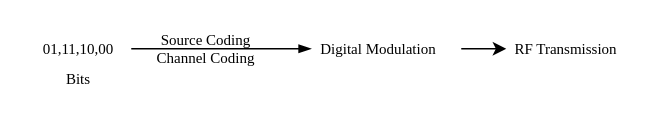
1434470591/wubotao.github.io keeps this draw.io diagram as ICASSP27/未命名绘图.drawio. Above is the earlier version. Source tidied: cells renumbered, new cells numbered last; positions are measured from the earlier drawing's top-left corner, leaving out a move shared by most shapes. Both pictures are drawn from the tidied source at 150%, with x=0, y=0 at pixel (26, 26).
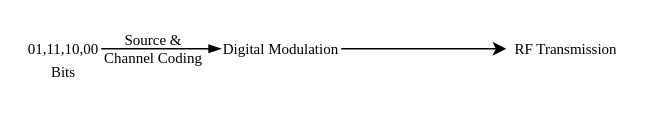
After the change.

Commit message:
更新未命名绘图.drawio

The edit, as a diff of the source:
```diff
@@
 <mxGraphModel>
   <root>
     <mxCell id="0" />
     <mxCell id="1" parent="0" />
     <mxCell id="2" value="Bits" style="text;html=1;whiteSpace=wrap;strokeColor=none;fillColor=none;align=center;verticalAlign=middle;rounded=0;fontFamily=Times New Roman;fontSize=10;" parent="1" vertex="1">
-      <mxGeometry x="5" y="20" width="60" height="30" as="geometry" />
+      <mxGeometry y="20" width="50" height="20" as="geometry" />
     </mxCell>
     <mxCell id="3" value="01,11,10,00" style="text;html=1;whiteSpace=wrap;strokeColor=none;fillColor=none;align=center;verticalAlign=middle;rounded=0;fontFamily=Times New Roman;fontSize=10;" parent="1" vertex="1">
-      <mxGeometry width="70" height="30" as="geometry" />
+      <mxGeometry width="50" height="30" as="geometry" />
     </mxCell>
     <mxCell id="4" style="edgeStyle=orthogonalEdgeStyle;rounded=0;jettySize=auto;html=1;entryX=0;entryY=0.5;entryDx=0;entryDy=0;" parent="1" edge="1" source="5" target="6">
       <mxGeometry relative="1" as="geometry" />
     </mxCell>
     <mxCell id="5" value="Digital Modulation" style="text;html=1;whiteSpace=wrap;strokeColor=none;fillColor=none;align=center;verticalAlign=middle;rounded=0;fontFamily=Times New Roman;fontSize=10;" parent="1" vertex="1">
-      <mxGeometry x="180" width="110" height="30" as="geometry" />
+      <mxGeometry x="130" width="80" height="30" as="geometry" />
     </mxCell>
     <mxCell id="6" value="RF Transmission" style="text;html=1;whiteSpace=wrap;strokeColor=none;fillColor=none;align=center;verticalAlign=middle;rounded=0;fontFamily=Times New Roman;fontSize=10;" parent="1" vertex="1">
       <mxGeometry x="320" width="80" height="30" as="geometry" />
     </mxCell>
-    <mxCell id="7" value="&lt;span style=&quot;&quot;&gt;Source Coding&lt;/span&gt;&lt;br style=&quot;&quot;&gt;&lt;span style=&quot;&quot;&gt;Channel Coding&lt;/span&gt;" style="text;html=1;whiteSpace=wrap;strokeColor=none;fillColor=none;align=center;verticalAlign=middle;rounded=0;fontSize=10;fontFamily=Times New Roman;" parent="1" vertex="1">
-      <mxGeometry x="70" width="100" height="30" as="geometry" />
+    <mxCell id="7" value="Source &amp;amp; Channel Coding" style="text;html=1;whiteSpace=wrap;strokeColor=none;fillColor=none;align=center;verticalAlign=middle;rounded=0;fontSize=10;fontFamily=Times New Roman;" parent="1" vertex="1">
+      <mxGeometry x="50" width="70" height="30" as="geometry" />
     </mxCell>
-    <mxCell id="8" style="endArrow=blockThin;html=1;rounded=0;exitX=1;exitY=0.5;exitDx=0;exitDy=0;entryX=0;entryY=0.5;entryDx=0;entryDy=0;endFill=1;fontSize=10;fontFamily=Times New Roman;" parent="1" edge="1" source="3">
-      <mxGeometry relative="1" as="geometry">
-        <mxPoint x="190" y="15" as="targetPoint" />
-      </mxGeometry>
+    <mxCell id="8" style="endArrow=blockThin;html=1;rounded=0;exitX=1;exitY=0.5;exitDx=0;exitDy=0;entryX=0;entryY=0.5;entryDx=0;entryDy=0;endFill=1;fontSize=10;fontFamily=Times New Roman;" parent="1" edge="1" source="3" target="5">
+      <mxGeometry relative="1" as="geometry" />
     </mxCell>
   </root>
 </mxGraphModel>
```
